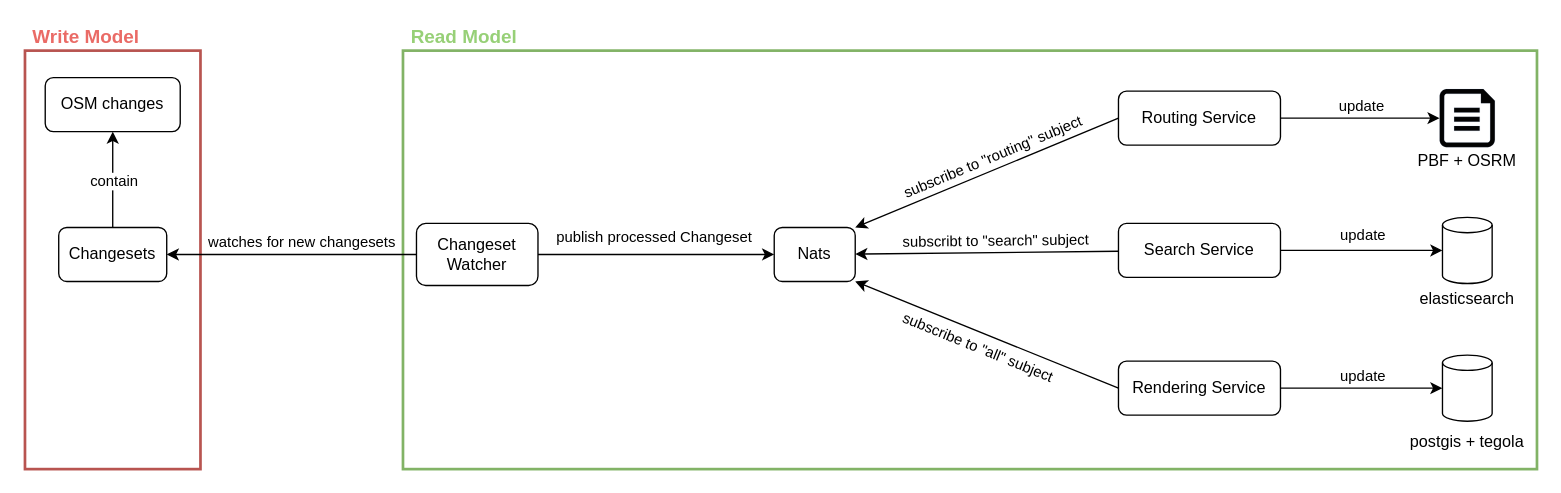
Earlier version of the draw.io diagram docs/diagrams/architecture.drawio (noxz-dev/osm-cqrs). Source tidied: cells renumbered, new cells numbered last; positions are measured from the earlier drawing's top-left corner, leaving out a move shared by most shapes. Both pictures are drawn from the tidied source at 135%, with x=0, y=0 at pixel (24, 23).
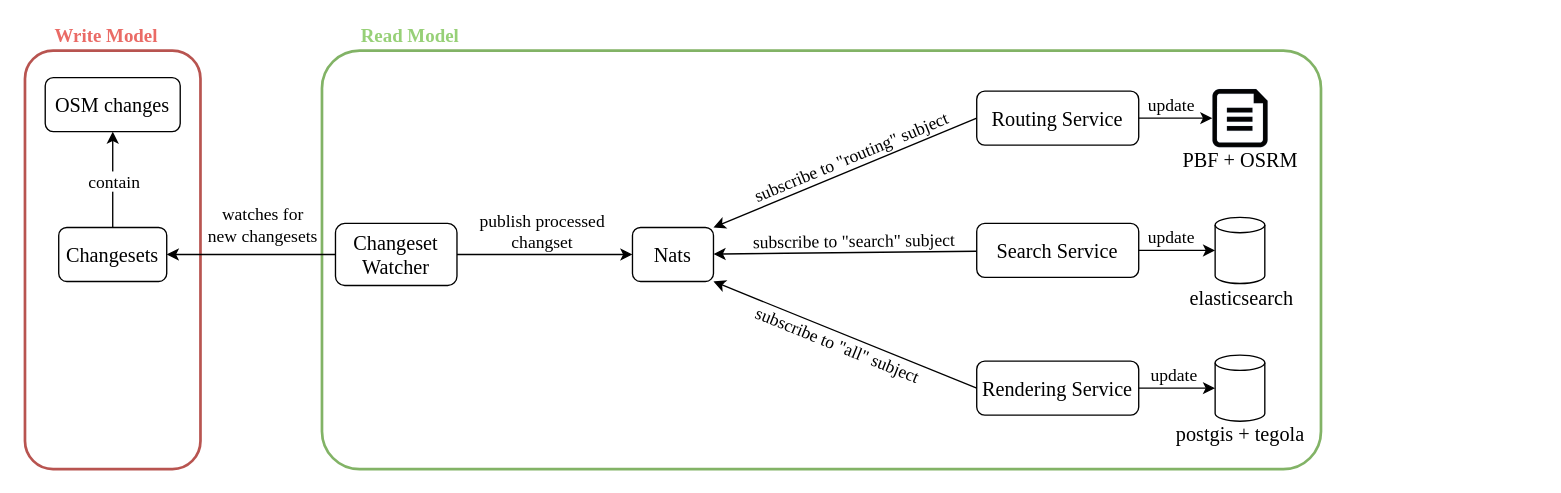
After the change.

Change to the diagram source:
```diff
@@
+    <mxCell id="3" style="rounded=1;whiteSpace=wrap;html=1;fillColor=none;arcSize=9;strokeColor=#82b366;strokeWidth=2;fontFamily=Times New Roman;" parent="1" vertex="1">
+      <mxGeometry x="220" y="20" width="740" height="310" as="geometry" />
+    </mxCell>
-    <mxCell id="2" style="rounded=1;whiteSpace=wrap;html=1;fillColor=none;arcSize=0;strokeColor=#b85450;strokeWidth=2;" parent="1" vertex="1">
+    <mxCell id="2" style="rounded=1;whiteSpace=wrap;html=1;fillColor=none;arcSize=16;strokeColor=#b85450;strokeWidth=2;fontFamily=Times New Roman;" parent="1" vertex="1">
       <mxGeometry y="20" width="130" height="310" as="geometry" />
     </mxCell>
-    <mxCell id="3" style="rounded=1;whiteSpace=wrap;html=1;fillColor=none;arcSize=0;strokeColor=#82b366;strokeWidth=2;" parent="1" vertex="1">
-      <mxGeometry x="280" y="20" width="840" height="310" as="geometry" />
-    </mxCell>
-    <mxCell id="4" style="edgeStyle=none;html=1;entryX=1;entryY=0.5;entryDx=0;entryDy=0;startArrow=none;startFill=0;endArrow=classic;endFill=1;" parent="1" edge="1" source="8" target="12">
+    <mxCell id="4" style="edgeStyle=none;html=1;entryX=1;entryY=0.5;entryDx=0;entryDy=0;startArrow=none;startFill=0;endArrow=classic;endFill=1;fontFamily=Times New Roman;" parent="1" edge="1" source="8" target="12">
       <mxGeometry relative="1" as="geometry" />
     </mxCell>
-    <mxCell id="5" value="watches for new changesets" style="edgeLabel;html=1;align=center;verticalAlign=middle;" parent="4" vertex="1">
+    <mxCell id="5" value="watches for &lt;br&gt;new changesets" style="edgeLabel;html=1;align=center;verticalAlign=middle;fontFamily=Times New Roman;fontSize=13;" parent="4" vertex="1">
       <mxGeometry x="0.11" relative="1" as="geometry">
-        <mxPoint x="17" y="-10" as="offset" />
+        <mxPoint x="14" y="-23" as="offset" />
       </mxGeometry>
     </mxCell>
-    <mxCell id="6" style="edgeStyle=none;html=1;entryX=0;entryY=0.5;entryDx=0;entryDy=0;startArrow=none;startFill=0;endArrow=classic;endFill=1;" parent="1" edge="1" source="8" target="15">
+    <mxCell id="6" style="edgeStyle=none;html=1;entryX=0;entryY=0.5;entryDx=0;entryDy=0;startArrow=none;startFill=0;endArrow=classic;endFill=1;fontFamily=Times New Roman;" parent="1" edge="1" source="8" target="15">
       <mxGeometry relative="1" as="geometry" />
     </mxCell>
-    <mxCell id="7" value="publish processed Changeset" style="edgeLabel;html=1;align=center;verticalAlign=middle;" parent="6" vertex="1">
+    <mxCell id="7" value="publish processed &lt;br&gt;changset" style="edgeLabel;html=1;align=center;verticalAlign=middle;fontFamily=Times New Roman;fontSize=13;" parent="6" vertex="1">
       <mxGeometry x="-0.17" y="-1" relative="1" as="geometry">
-        <mxPoint x="12" y="-15" as="offset" />
+        <mxPoint x="8" y="-19" as="offset" />
       </mxGeometry>
     </mxCell>
-    <mxCell id="8" value="Changeset&lt;br&gt;Watcher" style="rounded=1;whiteSpace=wrap;html=1;" parent="1" vertex="1">
-      <mxGeometry x="290" y="148" width="90" height="46" as="geometry" />
+    <mxCell id="8" value="Changeset&lt;br style=&quot;font-size: 15px;&quot;&gt;Watcher" style="rounded=1;whiteSpace=wrap;html=1;fontFamily=Times New Roman;fontSize=15;" parent="1" vertex="1">
+      <mxGeometry x="230" y="148" width="90" height="46" as="geometry" />
     </mxCell>
-    <mxCell id="9" style="edgeStyle=none;html=1;endArrow=none;endFill=0;startArrow=classic;startFill=1;" parent="1" edge="1" source="11" target="12">
+    <mxCell id="9" style="edgeStyle=none;html=1;endArrow=none;endFill=0;startArrow=classic;startFill=1;fontFamily=Times New Roman;" parent="1" edge="1" source="11" target="12">
       <mxGeometry relative="1" as="geometry" />
     </mxCell>
-    <mxCell id="10" value="contain" style="edgeLabel;html=1;align=center;verticalAlign=middle;" parent="9" vertex="1">
+    <mxCell id="10" value="contain" style="edgeLabel;html=1;align=center;verticalAlign=middle;fontFamily=Times New Roman;fontSize=13;" parent="9" vertex="1">
       <mxGeometry x="0.36" y="-1" relative="1" as="geometry">
         <mxPoint x="1" y="-12" as="offset" />
       </mxGeometry>
     </mxCell>
-    <mxCell id="11" value="OSM changes" style="rounded=1;whiteSpace=wrap;html=1;" parent="1" vertex="1">
+    <mxCell id="11" value="OSM changes" style="rounded=1;whiteSpace=wrap;html=1;fontFamily=Times New Roman;fontSize=15;" parent="1" vertex="1">
       <mxGeometry x="15" y="40" width="100" height="40" as="geometry" />
     </mxCell>
-    <mxCell id="12" value="Changesets" style="rounded=1;whiteSpace=wrap;html=1;" parent="1" vertex="1">
+    <mxCell id="12" value="Changesets" style="rounded=1;whiteSpace=wrap;html=1;fontFamily=Times New Roman;fontSize=15;" parent="1" vertex="1">
       <mxGeometry x="25" y="151" width="80" height="40" as="geometry" />
     </mxCell>
-    <mxCell id="13" style="edgeStyle=none;html=1;startArrow=classic;startFill=1;endArrow=none;endFill=0;" parent="1" edge="1" source="15" target="21">
+    <mxCell id="13" style="edgeStyle=none;html=1;startArrow=classic;startFill=1;endArrow=none;endFill=0;fontFamily=Times New Roman;" parent="1" edge="1" source="15" target="21">
       <mxGeometry relative="1" as="geometry" />
     </mxCell>
-    <mxCell id="14" value="subscribt to &quot;search&quot; subject" style="edgeLabel;html=1;align=center;verticalAlign=middle;rotation=-0.7;" parent="13" vertex="1">
+    <mxCell id="14" value="subscribe to &quot;search&quot; subject" style="edgeLabel;html=1;align=center;verticalAlign=middle;rotation=-0.7;fontFamily=Times New Roman;fontSize=13;" parent="13" vertex="1">
       <mxGeometry x="-0.28" y="3" relative="1" as="geometry">
         <mxPoint x="34" y="-6" as="offset" />
       </mxGeometry>
     </mxCell>
-    <mxCell id="15" value="Nats" style="rounded=1;whiteSpace=wrap;html=1;" parent="1" vertex="1">
-      <mxGeometry x="555" y="151" width="60" height="40" as="geometry" />
+    <mxCell id="15" value="Nats" style="rounded=1;whiteSpace=wrap;html=1;fontFamily=Times New Roman;fontSize=15;" parent="1" vertex="1">
+      <mxGeometry x="450" y="151" width="60" height="40" as="geometry" />
     </mxCell>
-    <mxCell id="16" style="edgeStyle=none;html=1;entryX=1;entryY=0;entryDx=0;entryDy=0;startArrow=none;startFill=0;endArrow=classic;endFill=1;exitX=0;exitY=0.5;exitDx=0;exitDy=0;" parent="1" edge="1" source="20" target="15">
+    <mxCell id="16" style="edgeStyle=none;html=1;entryX=1;entryY=0;entryDx=0;entryDy=0;startArrow=none;startFill=0;endArrow=classic;endFill=1;exitX=0;exitY=0.5;exitDx=0;exitDy=0;fontFamily=Times New Roman;" parent="1" edge="1" source="20" target="15">
       <mxGeometry relative="1" as="geometry" />
     </mxCell>
-    <mxCell id="17" value="subscribe to &quot;routing&quot; subject" style="edgeLabel;html=1;align=center;verticalAlign=middle;rotation=-22.5;" parent="16" vertex="1">
+    <mxCell id="17" value="subscribe to &quot;routing&quot; subject" style="edgeLabel;html=1;align=center;verticalAlign=middle;rotation=-22.5;fontFamily=Times New Roman;fontSize=13;" parent="16" vertex="1">
       <mxGeometry x="0.18" y="-1" relative="1" as="geometry">
         <mxPoint x="22" y="-18" as="offset" />
       </mxGeometry>
     </mxCell>
-    <mxCell id="18" style="edgeStyle=none;html=1;entryX=0;entryY=0.5;entryDx=0;entryDy=0;entryPerimeter=0;startArrow=none;startFill=0;endArrow=classic;endFill=1;" parent="1" edge="1" source="20" target="34">
+    <mxCell id="18" style="edgeStyle=none;html=1;entryX=0;entryY=0.5;entryDx=0;entryDy=0;entryPerimeter=0;startArrow=none;startFill=0;endArrow=classic;endFill=1;fontFamily=Times New Roman;" parent="1" edge="1" source="20" target="34">
       <mxGeometry relative="1" as="geometry" />
     </mxCell>
-    <mxCell id="19" value="update" style="edgeLabel;html=1;align=center;verticalAlign=middle;" parent="18" vertex="1">
+    <mxCell id="19" value="update" style="edgeLabel;html=1;align=center;verticalAlign=middle;fontFamily=Times New Roman;fontSize=13;" parent="18" vertex="1">
       <mxGeometry x="-0.33" y="2" relative="1" as="geometry">
-        <mxPoint x="20" y="-8" as="offset" />
+        <mxPoint x="5" y="-9" as="offset" />
       </mxGeometry>
     </mxCell>
-    <mxCell id="20" value="Routing Service" style="rounded=1;whiteSpace=wrap;html=1;" parent="1" vertex="1">
-      <mxGeometry x="810" y="50" width="120" height="40" as="geometry" />
+    <mxCell id="20" value="Routing Service" style="rounded=1;whiteSpace=wrap;html=1;fontFamily=Times New Roman;fontSize=15;" parent="1" vertex="1">
+      <mxGeometry x="705" y="50" width="120" height="40" as="geometry" />
     </mxCell>
-    <mxCell id="21" value="Search Service" style="rounded=1;whiteSpace=wrap;html=1;" parent="1" vertex="1">
-      <mxGeometry x="810" y="148" width="120" height="40" as="geometry" />
+    <mxCell id="21" value="Search Service" style="rounded=1;whiteSpace=wrap;html=1;fontFamily=Times New Roman;fontSize=15;verticalAlign=middle;" parent="1" vertex="1">
+      <mxGeometry x="705" y="148" width="120" height="40" as="geometry" />
     </mxCell>
-    <mxCell id="22" style="edgeStyle=none;html=1;entryX=1;entryY=1;entryDx=0;entryDy=0;startArrow=none;startFill=0;endArrow=classic;endFill=1;exitX=0;exitY=0.5;exitDx=0;exitDy=0;" parent="1" edge="1" source="26" target="15">
+    <mxCell id="22" style="edgeStyle=none;html=1;entryX=1;entryY=1;entryDx=0;entryDy=0;startArrow=none;startFill=0;endArrow=classic;endFill=1;exitX=0;exitY=0.5;exitDx=0;exitDy=0;fontFamily=Times New Roman;" parent="1" edge="1" source="26" target="15">
       <mxGeometry relative="1" as="geometry" />
     </mxCell>
-    <mxCell id="23" value="subscribe to &quot;all&quot; subject" style="edgeLabel;html=1;align=center;verticalAlign=middle;rotation=22.1;" parent="22" vertex="1">
+    <mxCell id="23" value="subscribe to &quot;all&quot; subject" style="edgeLabel;html=1;align=center;verticalAlign=middle;rotation=22.1;fontFamily=Times New Roman;fontSize=13;" parent="22" vertex="1">
       <mxGeometry x="-0.12" y="-1" relative="1" as="geometry">
-        <mxPoint x="-18" y="5" as="offset" />
+        <mxPoint x="-17" y="3" as="offset" />
       </mxGeometry>
     </mxCell>
-    <mxCell id="24" style="edgeStyle=none;html=1;entryX=0;entryY=0.5;entryDx=0;entryDy=0;entryPerimeter=0;startArrow=none;startFill=0;endArrow=classic;endFill=1;" parent="1" edge="1" source="26" target="31">
+    <mxCell id="24" style="edgeStyle=none;html=1;entryX=0;entryY=0.5;entryDx=0;entryDy=0;entryPerimeter=0;startArrow=none;startFill=0;endArrow=classic;endFill=1;fontFamily=Times New Roman;" parent="1" edge="1" source="26" target="31">
       <mxGeometry relative="1" as="geometry" />
     </mxCell>
-    <mxCell id="25" value="update" style="edgeLabel;html=1;align=center;verticalAlign=middle;" parent="24" vertex="1">
+    <mxCell id="25" value="update" style="edgeLabel;html=1;align=center;verticalAlign=middle;fontFamily=Times New Roman;fontSize=13;" parent="24" vertex="1">
       <mxGeometry x="-0.27" relative="1" as="geometry">
-        <mxPoint x="16" y="-10" as="offset" />
+        <mxPoint x="4" y="-11" as="offset" />
       </mxGeometry>
     </mxCell>
-    <mxCell id="26" value="Rendering Service" style="rounded=1;whiteSpace=wrap;html=1;" parent="1" vertex="1">
-      <mxGeometry x="810" y="250" width="120" height="40" as="geometry" />
+    <mxCell id="26" value="Rendering Service" style="rounded=1;whiteSpace=wrap;html=1;fontFamily=Times New Roman;fontSize=15;" parent="1" vertex="1">
+      <mxGeometry x="705" y="250" width="120" height="40" as="geometry" />
     </mxCell>
-    <mxCell id="27" style="edgeStyle=none;html=1;entryX=1;entryY=0.5;entryDx=0;entryDy=0;startArrow=classic;startFill=1;endArrow=none;endFill=0;" parent="1" edge="1" source="29" target="21">
+    <mxCell id="27" style="edgeStyle=none;html=1;entryX=1;entryY=0.5;entryDx=0;entryDy=0;startArrow=classic;startFill=1;endArrow=none;endFill=0;fontFamily=Times New Roman;" parent="1" edge="1" source="29" target="21">
       <mxGeometry relative="1" as="geometry" />
     </mxCell>
-    <mxCell id="28" value="update" style="edgeLabel;html=1;align=center;verticalAlign=middle;" parent="27" vertex="1">
+    <mxCell id="28" value="update" style="edgeLabel;html=1;align=center;verticalAlign=middle;fontFamily=Times New Roman;fontSize=13;" parent="27" vertex="1">
       <mxGeometry x="0.35" y="-2" relative="1" as="geometry">
-        <mxPoint x="21" y="-10" as="offset" />
+        <mxPoint x="5" y="-9" as="offset" />
       </mxGeometry>
     </mxCell>
-    <mxCell id="29" style="shape=cylinder3;whiteSpace=wrap;html=1;boundedLbl=1;backgroundOutline=1;size=5.689655172413893;" parent="1" vertex="1">
-      <mxGeometry x="1050" y="143.5" width="36.8" height="49" as="geometry" />
+    <mxCell id="29" style="shape=cylinder3;whiteSpace=wrap;html=1;boundedLbl=1;backgroundOutline=1;size=5.689655172413893;fontFamily=Times New Roman;" parent="1" vertex="1">
+      <mxGeometry x="881.6" y="143.5" width="36.8" height="49" as="geometry" />
     </mxCell>
-    <mxCell id="30" value="elasticsearch&lt;br&gt;" style="text;html=1;align=center;verticalAlign=middle;strokeColor=none;fillColor=none;" parent="1" vertex="1">
-      <mxGeometry x="1023.4" y="194" width="90" height="20" as="geometry" />
+    <mxCell id="30" value="elasticsearch&lt;br style=&quot;font-size: 15px;&quot;&gt;" style="text;html=1;align=center;verticalAlign=middle;strokeColor=none;fillColor=none;fontFamily=Times New Roman;fontSize=15;" parent="1" vertex="1">
+      <mxGeometry x="856" y="193" width="90" height="20" as="geometry" />
     </mxCell>
-    <mxCell id="31" style="shape=cylinder3;whiteSpace=wrap;html=1;boundedLbl=1;backgroundOutline=1;size=5.689655172413893;" parent="1" vertex="1">
-      <mxGeometry x="1050" y="245.5" width="36.8" height="49" as="geometry" />
+    <mxCell id="31" style="shape=cylinder3;whiteSpace=wrap;html=1;boundedLbl=1;backgroundOutline=1;size=5.689655172413893;fontFamily=Times New Roman;" parent="1" vertex="1">
+      <mxGeometry x="881.6" y="245.5" width="36.8" height="49" as="geometry" />
     </mxCell>
-    <mxCell id="32" value="postgis + tegola" style="text;html=1;align=center;verticalAlign=middle;strokeColor=none;fillColor=none;" parent="1" vertex="1">
-      <mxGeometry x="1018.4" y="300" width="100" height="20" as="geometry" />
+    <mxCell id="32" value="postgis + tegola" style="text;html=1;align=center;verticalAlign=middle;strokeColor=none;fillColor=none;fontFamily=Times New Roman;fontSize=15;" parent="1" vertex="1">
+      <mxGeometry x="845" y="294" width="110" height="20" as="geometry" />
     </mxCell>
-    <mxCell id="33" value="PBF + OSRM" style="text;html=1;align=center;verticalAlign=middle;strokeColor=none;fillColor=none;" parent="1" vertex="1">
-      <mxGeometry x="1023.4" y="91.5" width="90" height="20" as="geometry" />
+    <mxCell id="33" value="PBF + OSRM" style="text;html=1;align=center;verticalAlign=middle;strokeColor=none;fillColor=none;fontFamily=Times New Roman;fontSize=15;" parent="1" vertex="1">
+      <mxGeometry x="850" y="91" width="100" height="20" as="geometry" />
     </mxCell>
-    <mxCell id="34" style="verticalLabelPosition=bottom;html=1;verticalAlign=top;align=center;strokeColor=#6c8ebf;fillColor=#030303;shape=mxgraph.azure.file;strokeWidth=0;" parent="1" vertex="1">
-      <mxGeometry x="1047.9" y="48.5" width="40.9" height="43" as="geometry" />
+    <mxCell id="34" style="verticalLabelPosition=bottom;html=1;verticalAlign=top;align=center;strokeColor=#6c8ebf;fillColor=#030303;shape=mxgraph.azure.file;strokeWidth=0;fontFamily=Times New Roman;" parent="1" vertex="1">
+      <mxGeometry x="879.6" y="48.5" width="40.9" height="43" as="geometry" />
     </mxCell>
-    <mxCell id="35" value="Write Model" style="text;html=1;align=center;verticalAlign=middle;strokeColor=none;fillColor=none;fontSize=14;fontColor=#EA6B66;fontStyle=1;" parent="1" vertex="1">
-      <mxGeometry width="90" height="20" as="geometry" />
+    <mxCell id="35" value="Write Model" style="text;html=1;align=center;verticalAlign=middle;strokeColor=none;fillColor=none;fontSize=14;fontColor=#EA6B66;fontStyle=1;fontFamily=Times New Roman;" parent="1" vertex="1">
+      <mxGeometry x="15" width="90" height="20" as="geometry" />
     </mxCell>
-    <mxCell id="36" value="Read Model" style="text;html=1;align=center;verticalAlign=middle;strokeColor=none;fillColor=none;fontColor=#97D077;fontStyle=1;fontSize=14;" parent="1" vertex="1">
-      <mxGeometry x="280" width="90" height="20" as="geometry" />
+    <mxCell id="36" value="Read Model" style="text;html=1;align=center;verticalAlign=middle;strokeColor=none;fillColor=none;fontColor=#97D077;fontStyle=1;fontSize=14;fontFamily=Times New Roman;" parent="1" vertex="1">
+      <mxGeometry x="240" width="90" height="20" as="geometry" />
     </mxCell>
```
